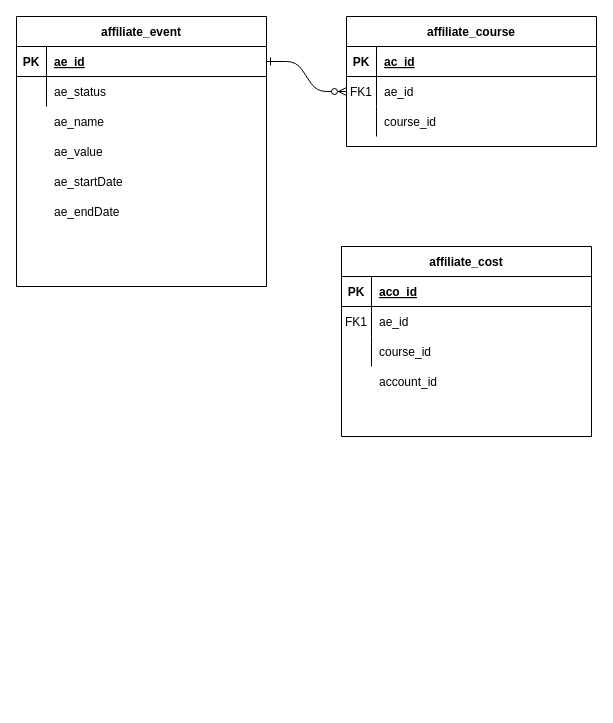
The draw.io diagram affiliate_ERD.drawio in BenmrChen/Draw.io, before the edit. Source tidied: cells renumbered, new cells numbered last; positions are measured from the earlier drawing's top-left corner, leaving out a move shared by most shapes. Both pictures are drawn from the tidied source at 100%, with x=0, y=0 at pixel (16, 16).
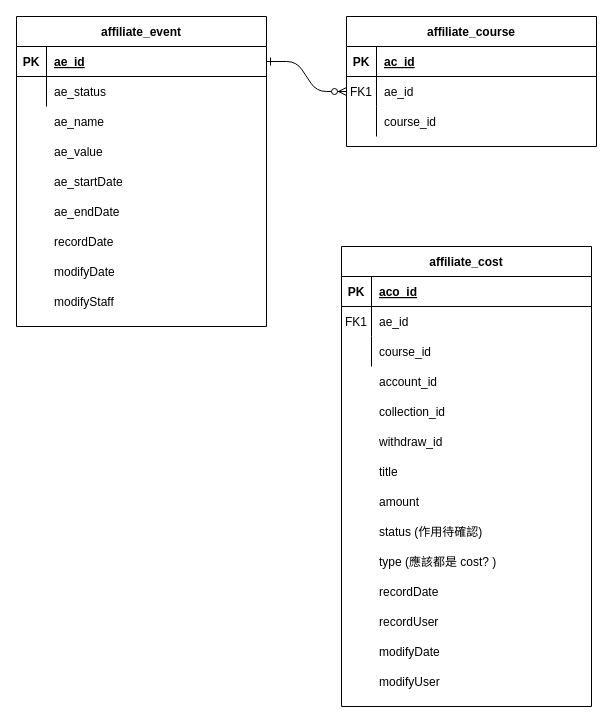
The same diagram, later.

What changed in the source:
```diff
@@
     <mxCell id="13" value="affiliate_event" style="shape=table;startSize=30;childLayout=tableLayout;rowLines=0;fontStyle=1;align=center;" parent="1" vertex="1">
-      <mxGeometry width="250" height="270" as="geometry" />
+      <mxGeometry width="250" height="310" as="geometry" />
     </mxCell>
@@
     <mxCell id="20" value="affiliate_cost" style="shape=table;startSize=30;childLayout=tableLayout;rowLines=0;fontStyle=1;align=center;" parent="1" vertex="1">
-      <mxGeometry x="325" y="230" width="250" height="190" as="geometry" />
+      <mxGeometry x="325" y="230" width="250" height="460" as="geometry" />
     </mxCell>
@@
+    <mxCell id="35" value="recordDate" style="shape=partialRectangle;overflow=hidden;fillColor=none;top=0;left=0;bottom=0;right=0;align=left;spacingLeft=6;" parent="1" vertex="1">
+      <mxGeometry x="30" y="210" width="220" height="30" as="geometry" />
+    </mxCell>
+    <mxCell id="36" value="modifyDate" style="shape=partialRectangle;overflow=hidden;fillColor=none;top=0;left=0;bottom=0;right=0;align=left;spacingLeft=6;" parent="1" vertex="1">
+      <mxGeometry x="30" y="240" width="220" height="30" as="geometry" />
+    </mxCell>
+    <mxCell id="37" value="modifyStaff" style="shape=partialRectangle;overflow=hidden;fillColor=none;top=0;left=0;bottom=0;right=0;align=left;spacingLeft=6;" parent="1" vertex="1">
+      <mxGeometry x="30" y="270" width="220" height="30" as="geometry" />
+    </mxCell>
+    <mxCell id="38" value="collection_id" style="shape=partialRectangle;overflow=hidden;fillColor=none;top=0;left=0;bottom=0;right=0;align=left;spacingLeft=6;" parent="1" vertex="1">
+      <mxGeometry x="355" y="380" width="220" height="30" as="geometry" />
+    </mxCell>
+    <mxCell id="39" value="withdraw_id" style="shape=partialRectangle;overflow=hidden;fillColor=none;top=0;left=0;bottom=0;right=0;align=left;spacingLeft=6;" parent="1" vertex="1">
+      <mxGeometry x="355" y="410" width="220" height="30" as="geometry" />
+    </mxCell>
+    <mxCell id="40" value="title" style="shape=partialRectangle;overflow=hidden;fillColor=none;top=0;left=0;bottom=0;right=0;align=left;spacingLeft=6;" parent="1" vertex="1">
+      <mxGeometry x="355" y="440" width="220" height="30" as="geometry" />
+    </mxCell>
+    <mxCell id="41" value="amount" style="shape=partialRectangle;overflow=hidden;fillColor=none;top=0;left=0;bottom=0;right=0;align=left;spacingLeft=6;" parent="1" vertex="1">
+      <mxGeometry x="355" y="470" width="220" height="30" as="geometry" />
+    </mxCell>
+    <mxCell id="42" value="status (作用待確認)" style="shape=partialRectangle;overflow=hidden;fillColor=none;top=0;left=0;bottom=0;right=0;align=left;spacingLeft=6;" parent="1" vertex="1">
+      <mxGeometry x="355" y="500" width="220" height="30" as="geometry" />
+    </mxCell>
+    <mxCell id="43" value="type (應該都是 cost? )" style="shape=partialRectangle;overflow=hidden;fillColor=none;top=0;left=0;bottom=0;right=0;align=left;spacingLeft=6;" parent="1" vertex="1">
+      <mxGeometry x="355" y="530" width="220" height="30" as="geometry" />
+    </mxCell>
+    <mxCell id="44" value="recordDate" style="shape=partialRectangle;overflow=hidden;fillColor=none;top=0;left=0;bottom=0;right=0;align=left;spacingLeft=6;" parent="1" vertex="1">
+      <mxGeometry x="355" y="560" width="220" height="30" as="geometry" />
+    </mxCell>
+    <mxCell id="45" value="recordUser" style="shape=partialRectangle;overflow=hidden;fillColor=none;top=0;left=0;bottom=0;right=0;align=left;spacingLeft=6;" parent="1" vertex="1">
+      <mxGeometry x="355" y="590" width="220" height="30" as="geometry" />
+    </mxCell>
+    <mxCell id="46" value="modifyDate" style="shape=partialRectangle;overflow=hidden;fillColor=none;top=0;left=0;bottom=0;right=0;align=left;spacingLeft=6;" parent="1" vertex="1">
+      <mxGeometry x="355" y="620" width="220" height="30" as="geometry" />
+    </mxCell>
+    <mxCell id="47" value="modifyUser" style="shape=partialRectangle;overflow=hidden;fillColor=none;top=0;left=0;bottom=0;right=0;align=left;spacingLeft=6;" parent="1" vertex="1">
+      <mxGeometry x="355" y="650" width="220" height="30" as="geometry" />
+    </mxCell>
```
